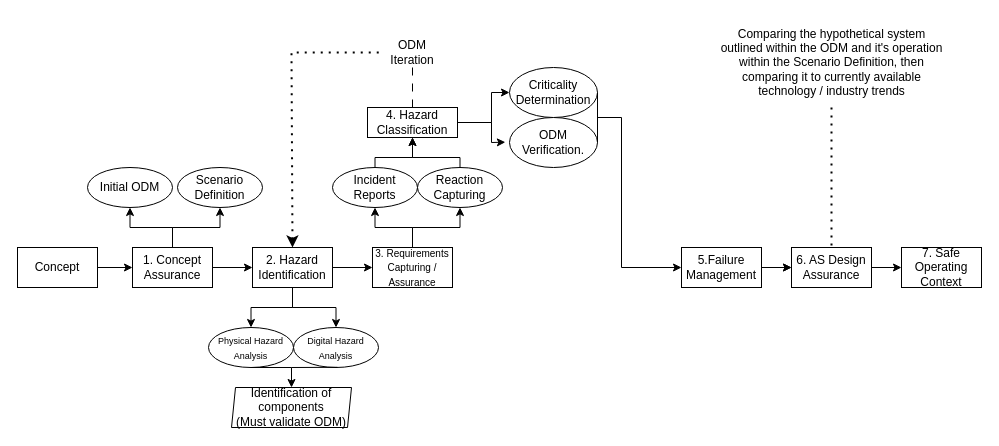
Above: Overview/SACRED.drawio in TortoiseFather/SACRED (draw.io), before the change. Source tidied: cells renumbered, new cells numbered last; positions are measured from the earlier drawing's top-left corner, leaving out a move shared by most shapes. Both pictures are drawn from the tidied source at 100%, with x=0, y=0 at pixel (17, 17).
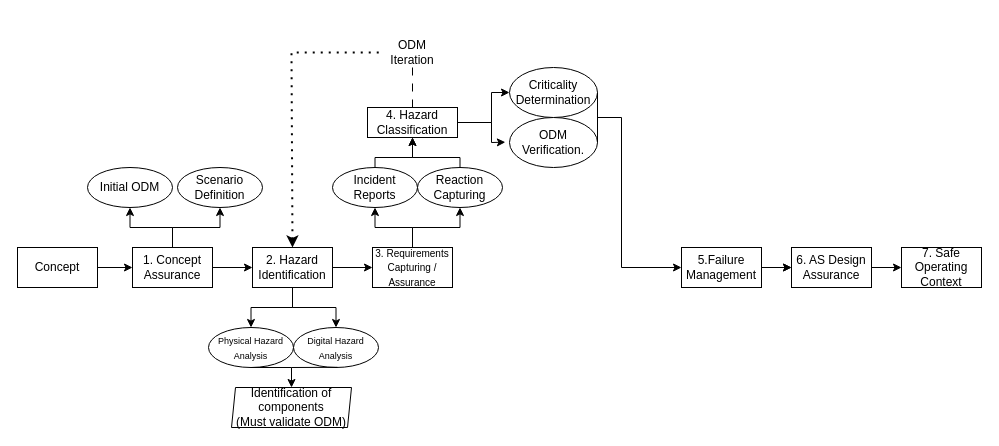
After the change.

The edit, as a diff of the source:
```diff
@@
-    <mxCell id="28" value="Comparing the hypothetical system outlined within the ODM and it's operation within the Scenario Definition, then comparing it to currently available technology / industry trends" style="text;html=1;strokeColor=none;fillColor=none;align=center;verticalAlign=middle;whiteSpace=wrap;rounded=0;" parent="1" vertex="1">
-      <mxGeometry x="701.6" width="224.8" height="90" as="geometry" />
-    </mxCell>
-    <mxCell id="29" style="endArrow=none;dashed=1;html=1;dashPattern=1 3;strokeWidth=2;rounded=0;entryX=0.5;entryY=0;entryDx=0;entryDy=0;exitX=0.5;exitY=1;exitDx=0;exitDy=0;" parent="1" edge="1" source="28">
-      <mxGeometry relative="1" as="geometry">
-        <mxPoint x="814" y="230" as="targetPoint" />
-      </mxGeometry>
-    </mxCell>
```
